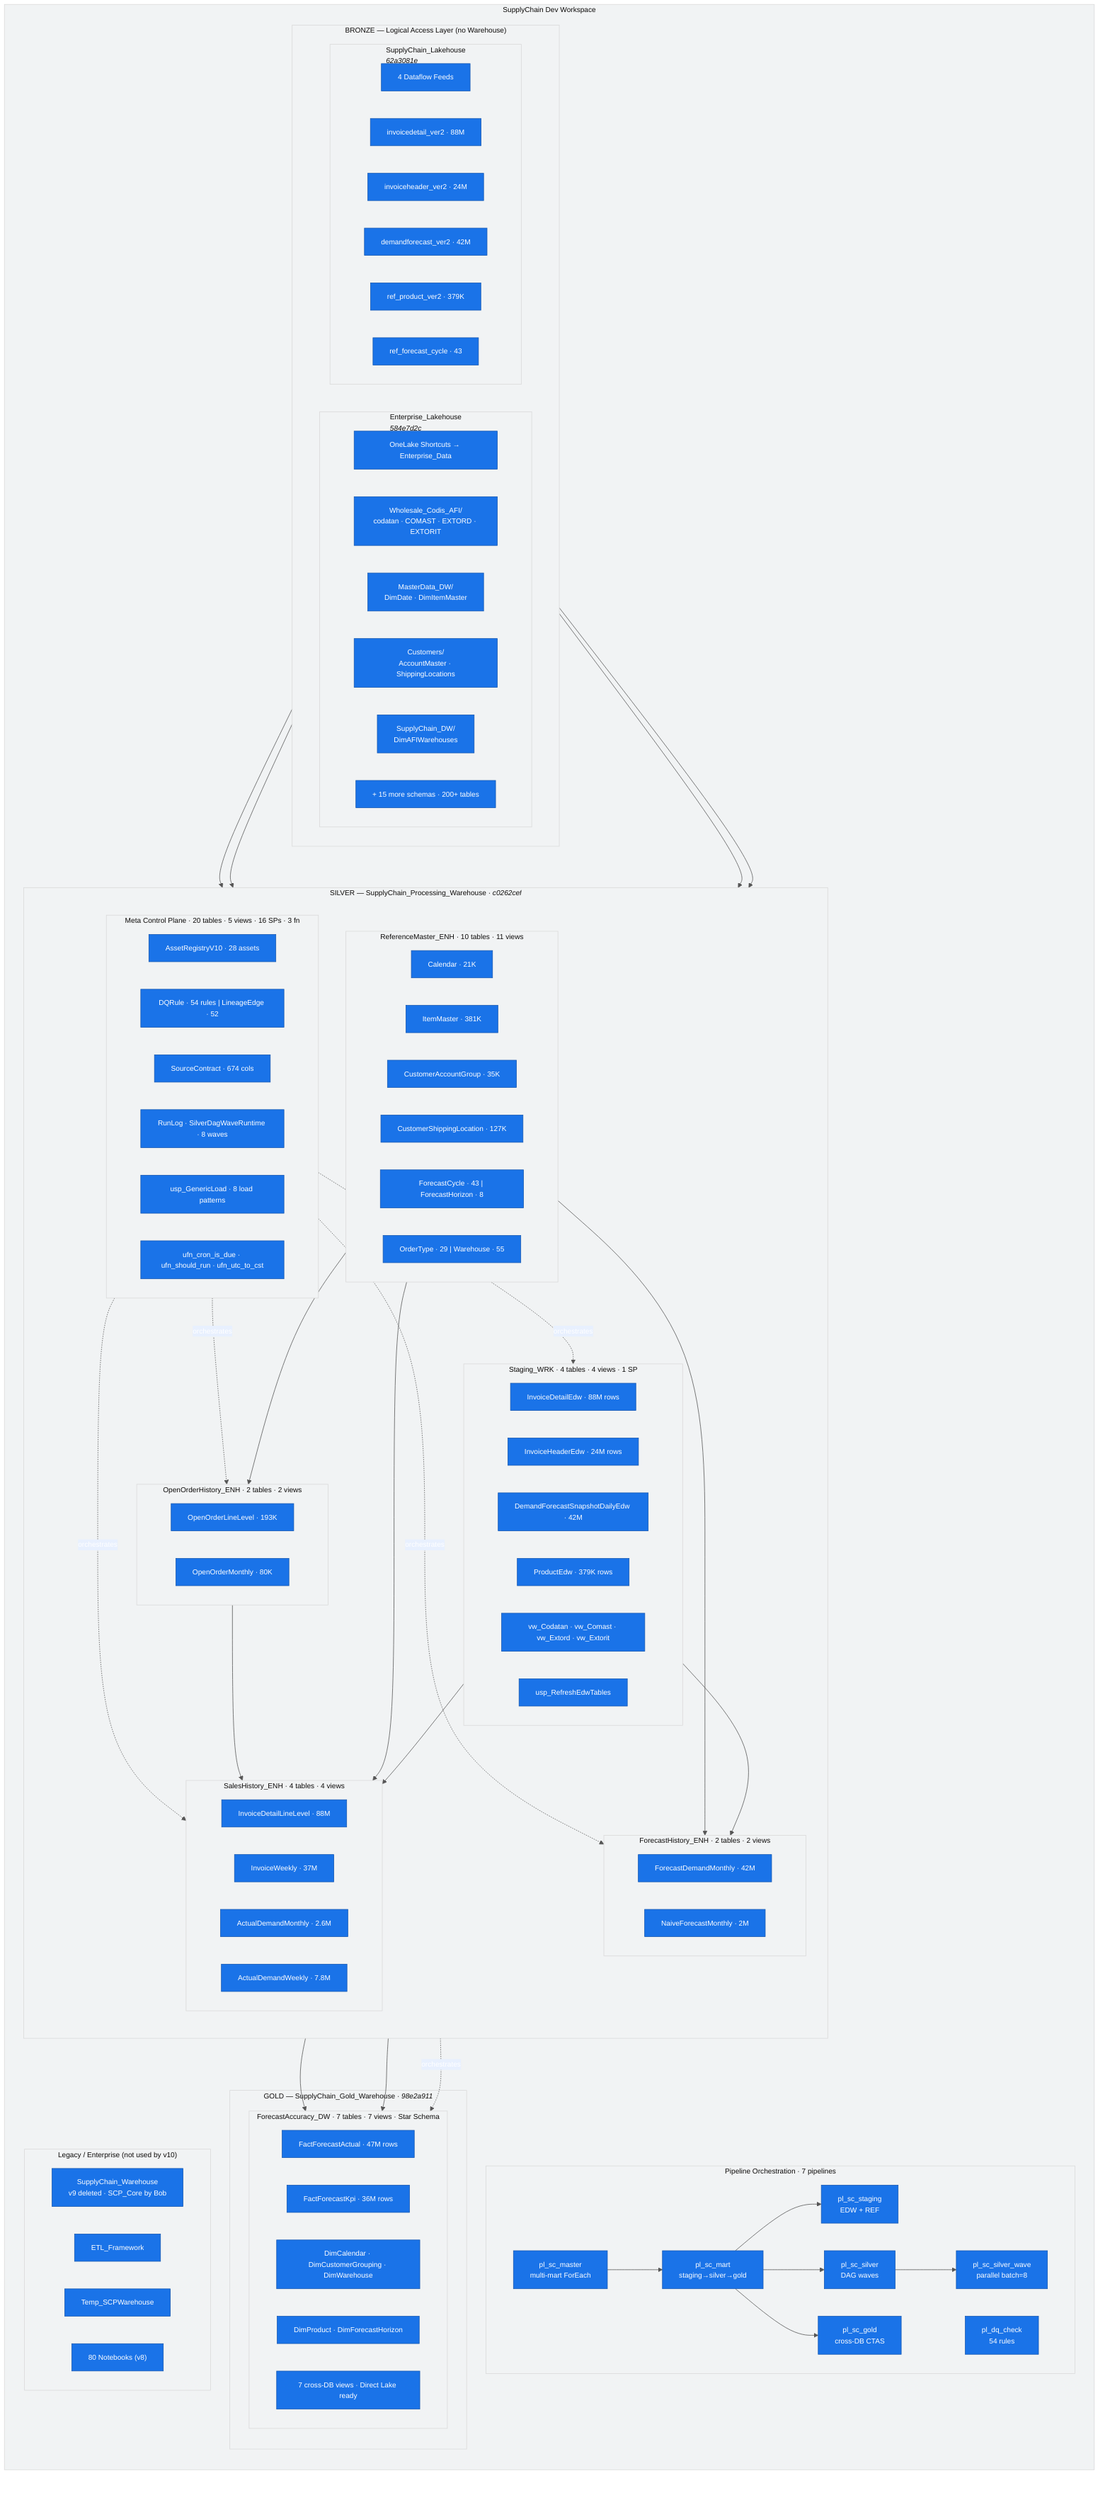
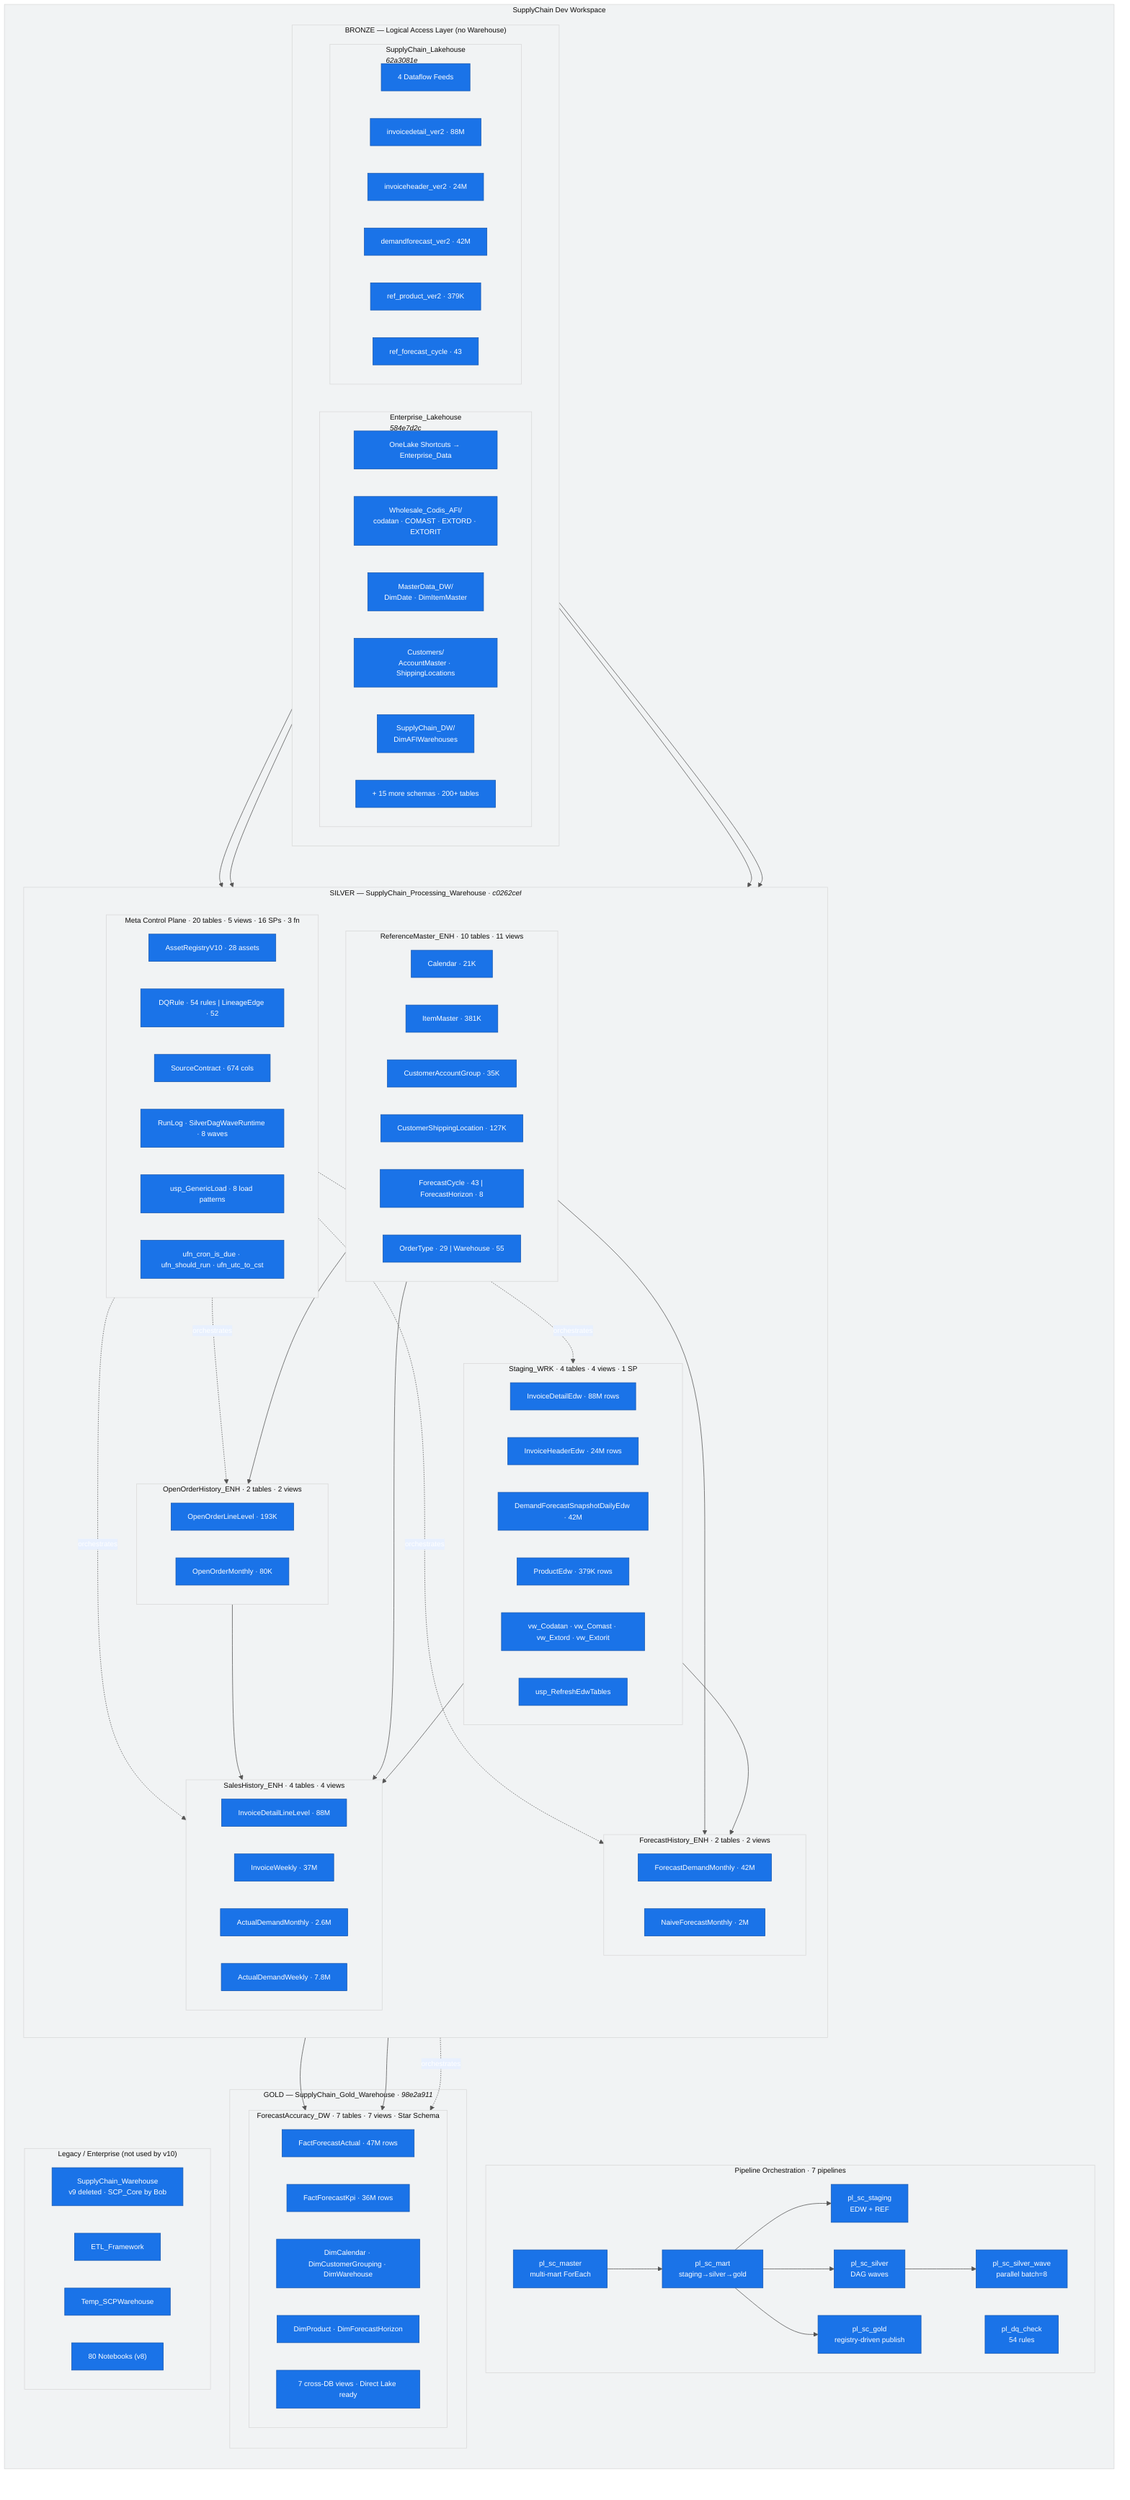
%%{init: {'theme': 'base', 'themeVariables': {'primaryColor': '#1a73e8', 'primaryTextColor': '#fff', 'primaryBorderColor': '#1557b0', 'lineColor': '#555', 'secondaryColor': '#e8f0fe', 'tertiaryColor': '#f1f3f4', 'fontSize': '13px'}}}%%
flowchart TB
    subgraph WORKSPACE["SupplyChain Dev Workspace"]
        direction TB

        subgraph BRONZE_LAYER["BRONZE — Logical Access Layer (no Warehouse)"]
            direction LR
            subgraph EL["Enterprise_Lakehouse<br/><i>584e7d2c</i>"]
                EL1["OneLake Shortcuts → Enterprise_Data"]
                EL2["Wholesale_Codis_AFI/<br/>codatan · COMAST · EXTORD · EXTORIT"]
                EL3["MasterData_DW/<br/>DimDate · DimItemMaster"]
                EL4["Customers/<br/>AccountMaster · ShippingLocations"]
                EL5["SupplyChain_DW/<br/>DimAFIWarehouses"]
                EL6["+ 15 more schemas · 200+ tables"]
            end
            subgraph SL["SupplyChain_Lakehouse<br/><i>62a3081e</i>"]
                SL1["4 Dataflow Feeds"]
                SL2["invoicedetail_ver2 · 88M"]
                SL3["invoiceheader_ver2 · 24M"]
                SL4["demandforecast_ver2 · 42M"]
                SL5["ref_product_ver2 · 379K"]
                SL6["ref_forecast_cycle · 43"]
            end
        end

        subgraph SILVER_LAYER["SILVER — SupplyChain_Processing_Warehouse · <i>c0262cef</i>"]
            direction TB
            subgraph STG_BOX["Staging_WRK · 4 tables · 4 views · 1 SP"]
                STG1["InvoiceDetailEdw · 88M rows"]
                STG2["InvoiceHeaderEdw · 24M rows"]
                STG3["DemandForecastSnapshotDailyEdw · 42M"]
                STG4["ProductEdw · 379K rows"]
                STG5["vw_Codatan · vw_Comast · vw_Extord · vw_Extorit"]
                STG6["usp_RefreshEdwTables"]
            end
            subgraph REF_BOX["ReferenceMaster_ENH · 10 tables · 11 views"]
                REF1["Calendar · 21K"]
                REF2["ItemMaster · 381K"]
                REF3["CustomerAccountGroup · 35K"]
                REF4["CustomerShippingLocation · 127K"]
                REF5["ForecastCycle · 43 | ForecastHorizon · 8"]
                REF6["OrderType · 29 | Warehouse · 55"]
            end
            subgraph SH_BOX["SalesHistory_ENH · 4 tables · 4 views"]
                SH1["InvoiceDetailLineLevel · 88M"]
                SH2["InvoiceWeekly · 37M"]
                SH3["ActualDemandMonthly · 2.6M"]
                SH4["ActualDemandWeekly · 7.8M"]
            end
            subgraph FH_BOX["ForecastHistory_ENH · 2 tables · 2 views"]
                FH1["ForecastDemandMonthly · 42M"]
                FH2["NaiveForecastMonthly · 2M"]
            end
            subgraph OH_BOX["OpenOrderHistory_ENH · 2 tables · 2 views"]
                OH1["OpenOrderLineLevel · 193K"]
                OH2["OpenOrderMonthly · 80K"]
            end
            subgraph META_BOX["Meta Control Plane · 20 tables · 5 views · 16 SPs · 3 fn"]
                META1["AssetRegistryV10 · 28 assets"]
                META2["DQRule · 54 rules | LineageEdge · 52"]
                META3["SourceContract · 674 cols"]
                META4["RunLog · SilverDagWaveRuntime · 8 waves"]
                META5["usp_GenericLoad · 8 load patterns"]
                META6["ufn_cron_is_due · ufn_should_run · ufn_utc_to_cst"]
            end
        end

        subgraph GOLD_LAYER["GOLD — SupplyChain_Gold_Warehouse · <i>98e2a911</i>"]
            subgraph FA_BOX["ForecastAccuracy_DW · 7 tables · 7 views · Star Schema"]
                FA1["FactForecastActual · 47M rows"]
                FA2["FactForecastKpi · 36M rows"]
                FA3["DimCalendar · DimCustomerGrouping · DimWarehouse"]
                FA4["DimProduct · DimForecastHorizon"]
                FA5["7 cross-DB views · Direct Lake ready"]
            end
        end

        subgraph PIPELINES["Pipeline Orchestration · 7 pipelines"]
            direction LR
            PL1["pl_sc_master<br/>multi-mart ForEach"]
            PL2["pl_sc_mart<br/>staging→silver→gold"]
            PL3["pl_sc_staging<br/>EDW + REF"]
            PL4["pl_sc_silver<br/>DAG waves"]
            PL5["pl_sc_silver_wave<br/>parallel batch=8"]
-             PL6["pl_sc_gold<br/>cross-DB CTAS"]
+             PL6["pl_sc_gold<br/>registry-driven publish"]
            PL7["pl_dq_check<br/>54 rules"]
        end

        subgraph LEGACY["Legacy / Enterprise (not used by v10)"]
            direction LR
            LEG1["SupplyChain_Warehouse<br/>v9 deleted · SCP_Core by Bob"]
            LEG2["ETL_Framework"]
            LEG3["Temp_SCPWarehouse"]
            LEG4["80 Notebooks (v8)"]
        end
    end

    EL --> STG_BOX
    EL --> REF_BOX
    EL --> OH_BOX
    SL --> STG_BOX
    STG_BOX --> SH_BOX
    STG_BOX --> FH_BOX
    REF_BOX --> SH_BOX
    REF_BOX --> FH_BOX
    REF_BOX --> OH_BOX
    SH_BOX --> FA_BOX
    FH_BOX --> FA_BOX
    OH_BOX --> SH_BOX
    META_BOX -.->|orchestrates| STG_BOX
    META_BOX -.->|orchestrates| SH_BOX
    META_BOX -.->|orchestrates| FH_BOX
    META_BOX -.->|orchestrates| OH_BOX
    META_BOX -.->|orchestrates| FA_BOX
    PL1 --> PL2
    PL2 --> PL3
    PL2 --> PL4
    PL2 --> PL6
    PL4 --> PL5
